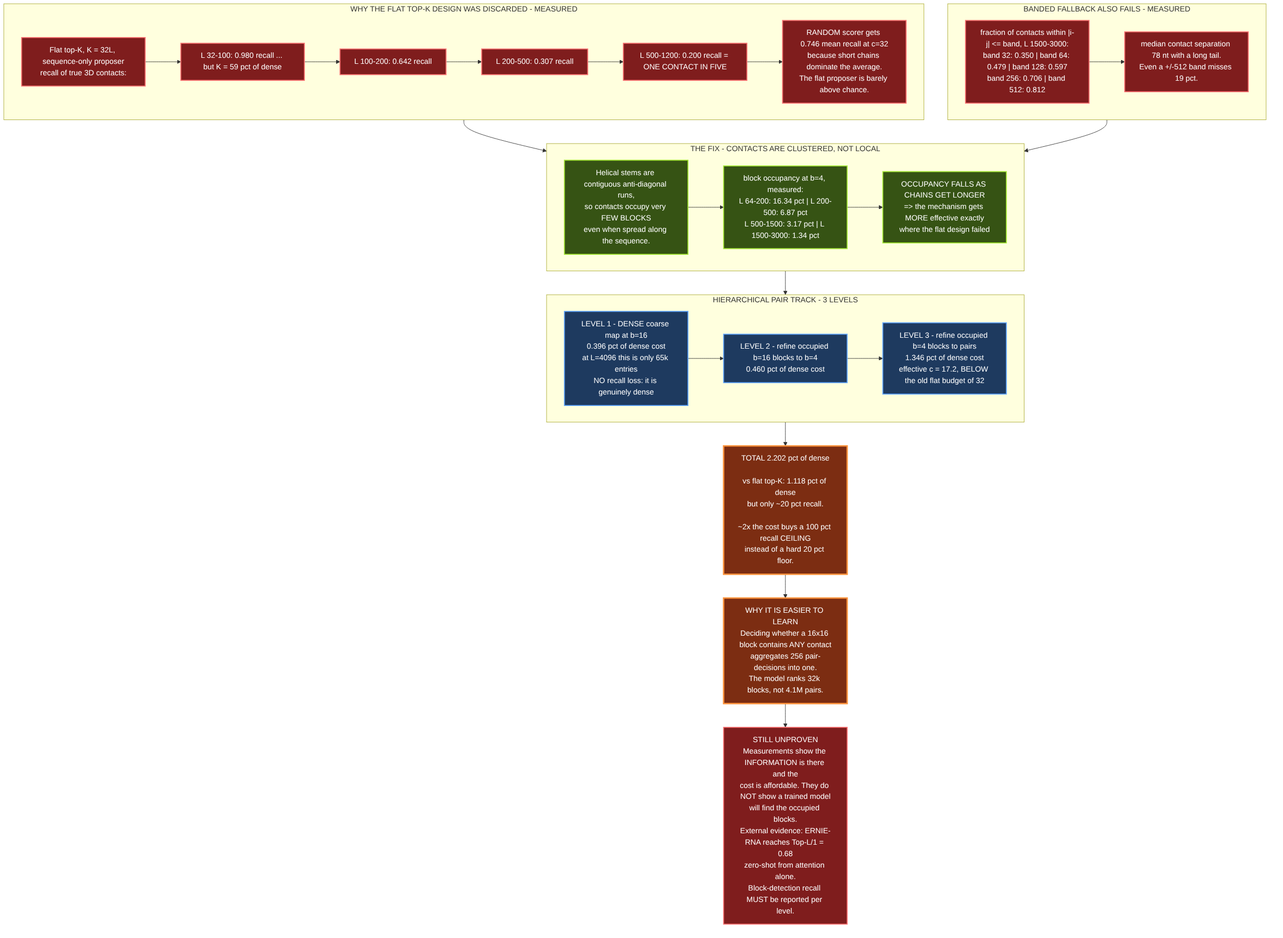
The Mermaid diagram research/architecture/diagrams/rendered/04-hierarchical-pair-track.png in E-Motioner-X-SBS/sbs-rna, before a commit. Its source is kept beside it as research/architecture/diagrams/04-hierarchical-pair-track.mmd. Its diagram source:
```mermaid
graph TB
    subgraph FAIL["WHY THE FLAT TOP-K DESIGN WAS DISCARDED - MEASURED"]
        F1["Flat top-K, K = 32L, sequence-only proposer<br/>recall of true 3D contacts:"]
        F2["L 32-100: 0.980 recall ... but K = 59 pct of dense"]
        F3["L 100-200: 0.642 recall"]
        F4["L 200-500: 0.307 recall"]
        F5["L 500-1200: 0.200 recall = ONE CONTACT IN FIVE"]
        F6["RANDOM scorer gets 0.746 mean recall at c=32<br/>because short chains dominate the average.<br/>The flat proposer is barely above chance."]
        F1 --> F2 --> F3 --> F4 --> F5 --> F6
    end

    subgraph BAND["BANDED FALLBACK ALSO FAILS - MEASURED"]
        B1["fraction of contacts within |i-j| <= band, L 1500-3000:<br/>band 32: 0.350 | band 64: 0.479 | band 128: 0.597<br/>band 256: 0.706 | band 512: 0.812"]
        B2["median contact separation 78 nt with a long tail.<br/>Even a +/-512 band misses 19 pct."]
        B1 --> B2
    end

    subgraph FIX["THE FIX - CONTACTS ARE CLUSTERED, NOT LOCAL"]
        C1["Helical stems are contiguous anti-diagonal runs,<br/>so contacts occupy very FEW BLOCKS<br/>even when spread along the sequence."]
        C2["block occupancy at b=4, measured:<br/>L 64-200: 16.34 pct | L 200-500: 6.87 pct<br/>L 500-1500: 3.17 pct | L 1500-3000: 1.34 pct"]
        C3["OCCUPANCY FALLS AS CHAINS GET LONGER<br/>=> the mechanism gets MORE effective exactly<br/>where the flat design failed"]
        C1 --> C2 --> C3
    end

    subgraph HPT["HIERARCHICAL PAIR TRACK - 3 LEVELS"]
        L1["LEVEL 1 - DENSE coarse map at b=16<br/>0.396 pct of dense cost<br/>at L=4096 this is only 65k entries<br/>NO recall loss: it is genuinely dense"]
        L2["LEVEL 2 - refine occupied b=16 blocks to b=4<br/>0.460 pct of dense cost"]
        L3["LEVEL 3 - refine occupied b=4 blocks to pairs<br/>1.346 pct of dense cost<br/>effective c = 17.2, BELOW the old flat budget of 32"]
        L1 --> L2 --> L3
    end

    TOTAL["TOTAL 2.202 pct of dense<br/><br/>vs flat top-K: 1.118 pct of dense<br/>but only ~20 pct recall.<br/><br/>~2x the cost buys a 100 pct recall CEILING<br/>instead of a hard 20 pct floor."]

    EASY["WHY IT IS EASIER TO LEARN<br/>Deciding whether a 16x16 block contains ANY contact<br/>aggregates 256 pair-decisions into one.<br/>The model ranks 32k blocks, not 4.1M pairs."]

    OPEN["STILL UNPROVEN<br/>Measurements show the INFORMATION is there and the<br/>cost is affordable. They do NOT show a trained model<br/>will find the occupied blocks.<br/>External evidence: ERNIE-RNA reaches Top-L/1 = 0.68<br/>zero-shot from attention alone.<br/>Block-detection recall MUST be reported per level."]

    FAIL --> FIX
    BAND --> FIX
    FIX --> HPT
    HPT --> TOTAL
    TOTAL --> EASY
    EASY --> OPEN

    classDef bad fill:#7f1d1d,stroke:#f87171,stroke-width:2px,color:#fff
    classDef meas fill:#365314,stroke:#a3e635,stroke-width:2px,color:#fff
    classDef step fill:#1e3a5f,stroke:#60a5fa,stroke-width:2px,color:#fff
    classDef win fill:#7c2d12,stroke:#fb923c,stroke-width:3px,color:#fff
    class F1,F2,F3,F4,F5,F6,B1,B2 bad
    class C1,C2,C3 meas
    class L1,L2,L3 step
    class TOTAL,EASY win
    class OPEN bad
```
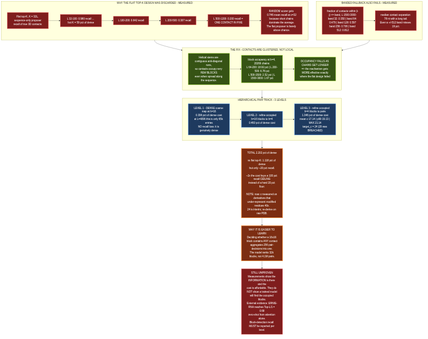
Above is the later version.

Change to the diagram source:
```diff
@@ -17,7 +17,7 @@
 
     subgraph FIX["THE FIX - CONTACTS ARE CLUSTERED, NOT LOCAL"]
         C1["Helical stems are contiguous anti-diagonal runs,<br/>so contacts occupy very FEW BLOCKS<br/>even when spread along the sequence."]
-        C2["block occupancy at b=4, measured:<br/>L 64-200: 16.34 pct | L 200-500: 6.87 pct<br/>L 500-1500: 3.17 pct | L 1500-3000: 1.34 pct"]
+        C2["block occupancy at b=4, 20266 chains:<br/>L 64-200: 18.92 pct | L 200-500: 6.78 pct<br/>L 500-1500: 2.52 pct | L 1500-3000: 1.67 pct"]
         C3["OCCUPANCY FALLS AS CHAINS GET LONGER<br/>=> the mechanism gets MORE effective exactly<br/>where the flat design failed"]
         C1 --> C2 --> C3
     end
@@ -25,11 +25,11 @@
     subgraph HPT["HIERARCHICAL PAIR TRACK - 3 LEVELS"]
         L1["LEVEL 1 - DENSE coarse map at b=16<br/>0.396 pct of dense cost<br/>at L=4096 this is only 65k entries<br/>NO recall loss: it is genuinely dense"]
         L2["LEVEL 2 - refine occupied b=16 blocks to b=4<br/>0.460 pct of dense cost"]
-        L3["LEVEL 3 - refine occupied b=4 blocks to pairs<br/>1.346 pct of dense cost<br/>effective c = 17.2, BELOW the old flat budget of 32"]
+        L3["LEVEL 3 - refine occupied b=4 blocks to pairs<br/>1.346 pct of dense cost<br/>mean c 17.14 | p99 19.13 | MAX 21.14<br/>target_c = 24 (20 was BREACHED)"]
         L1 --> L2 --> L3
     end
 
-    TOTAL["TOTAL 2.202 pct of dense<br/><br/>vs flat top-K: 1.118 pct of dense<br/>but only ~20 pct recall.<br/><br/>~2x the cost buys a 100 pct recall CEILING<br/>instead of a hard 20 pct floor."]
+    TOTAL["TOTAL 2.202 pct of dense<br/><br/>vs flat top-K: 1.118 pct of dense<br/>but only ~20 pct recall.<br/><br/>~2x the cost buys a 100 pct recall CEILING<br/>instead of a hard 20 pct floor.<br/><br/>NOTE: max c measured on derivatives that<br/>under-represent modified residues 40x.<br/>24 is interim; re-derive on raw PDB."]
 
     EASY["WHY IT IS EASIER TO LEARN<br/>Deciding whether a 16x16 block contains ANY contact<br/>aggregates 256 pair-decisions into one.<br/>The model ranks 32k blocks, not 4.1M pairs."]
 
```
